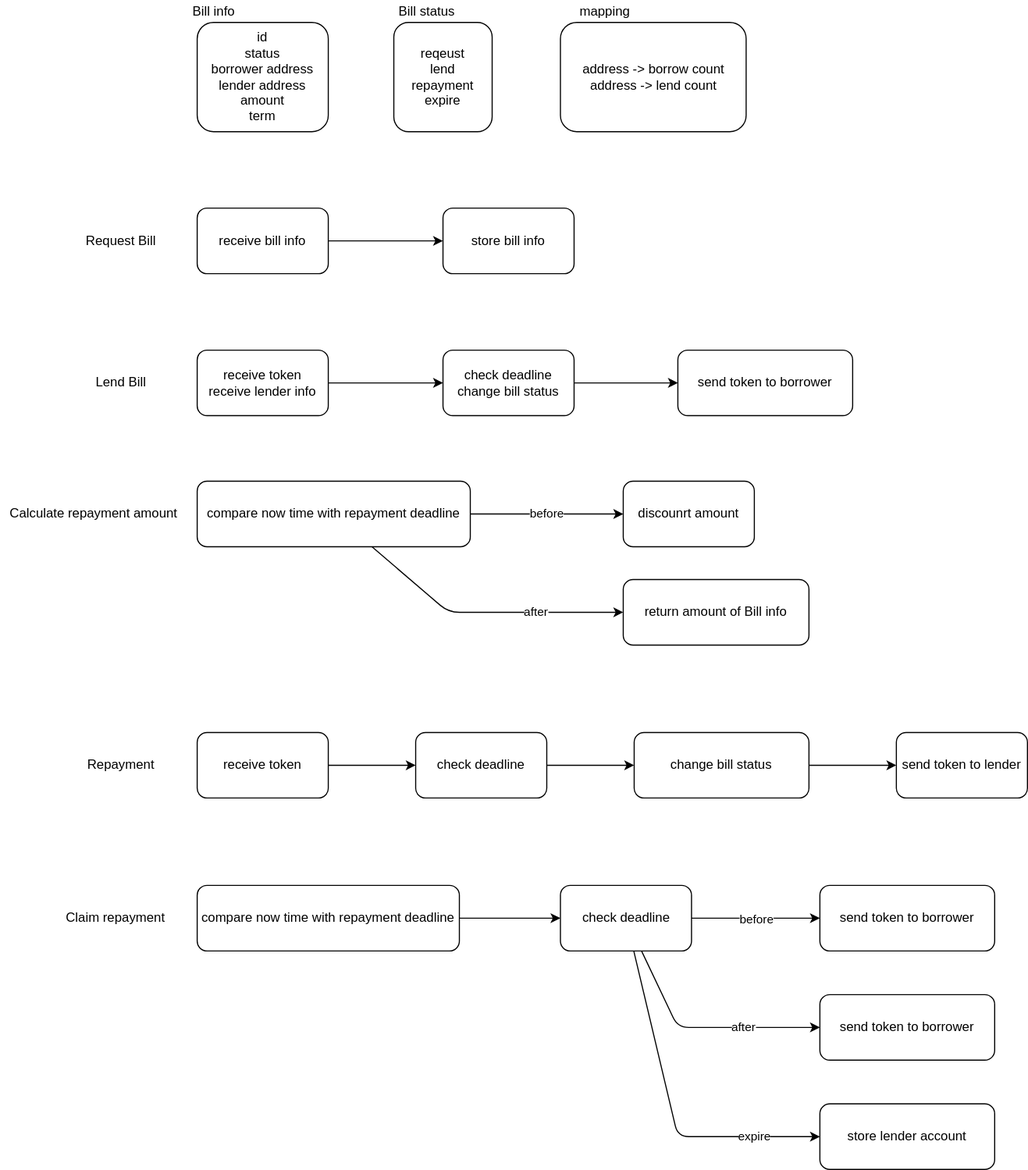
Earlier version of the draw.io export drawing/contract.drawio.svg (unchain-tech/AVAX-Subnet). Source tidied: cells renumbered, new cells last; positions are measured from the earlier drawing's top-left corner, leaving out a move shared by most shapes.
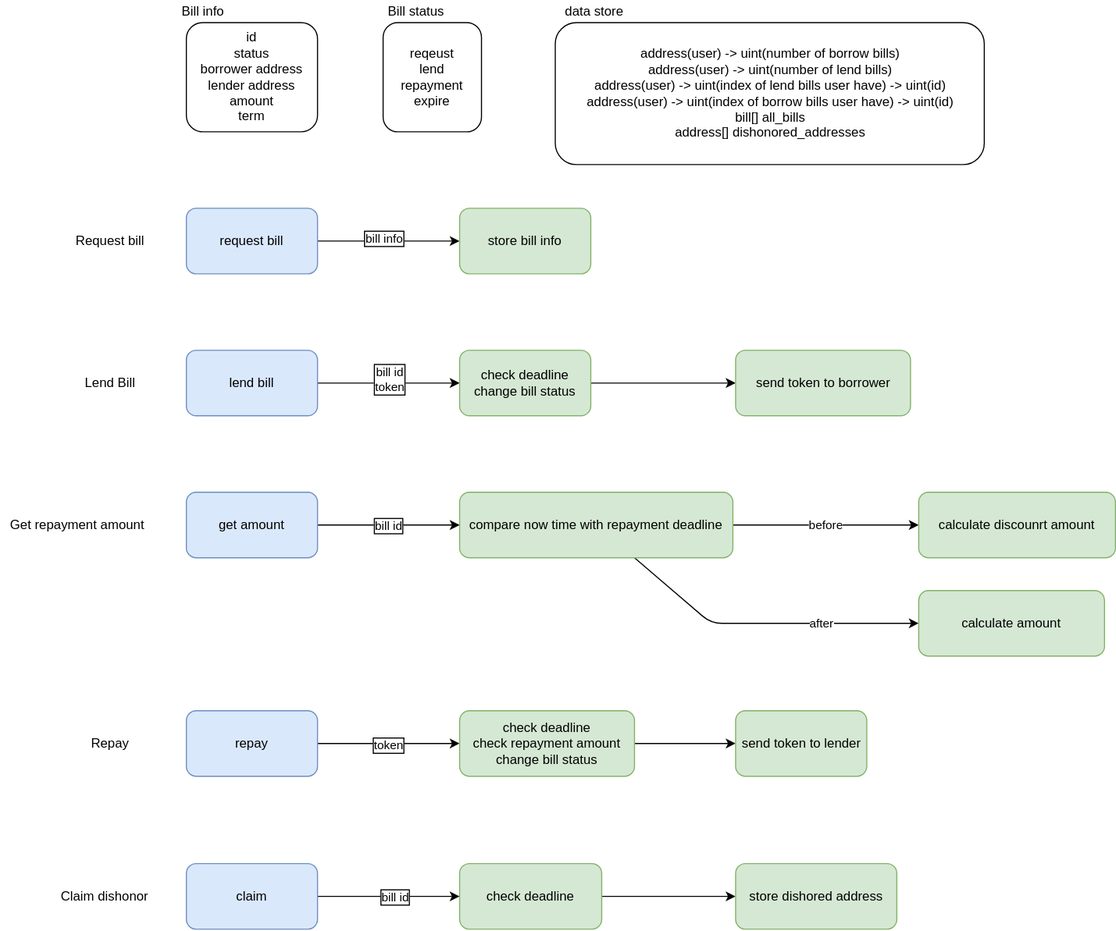
Later version of the same file.

What changed in the source:
```diff
@@ -5,14 +5,17 @@
     <mxCell id="2" style="edgeStyle=none;html=1;entryX=0;entryY=0.5;entryDx=0;entryDy=0;" parent="1" edge="1" source="3" target="5">
       <mxGeometry relative="1" as="geometry" />
     </mxCell>
+    <mxCell id="43" value="bill info" style="edgeLabel;html=1;align=center;verticalAlign=middle;labelBorderColor=default;fontSize=11;" parent="2" vertex="1">
+      <mxGeometry x="-0.09" y="3" relative="1" as="geometry" />
+    </mxCell>
-    <mxCell id="3" value="receive bill info" style="rounded=1;whiteSpace=wrap;html=1;" parent="1" vertex="1">
+    <mxCell id="3" value="request bill" style="rounded=1;whiteSpace=wrap;html=1;fillColor=#dae8fc;strokeColor=#6c8ebf;" parent="1" vertex="1">
       <mxGeometry x="180" y="190" width="120" height="60" as="geometry" />
     </mxCell>
-    <mxCell id="4" value="Request Bill" style="text;html=1;align=center;verticalAlign=middle;strokeColor=none;fillColor=none;" parent="1" vertex="1">
+    <mxCell id="4" value="Request bill" style="text;html=1;align=center;verticalAlign=middle;strokeColor=none;fillColor=none;" parent="1" vertex="1">
       <mxGeometry x="70" y="210" width="80" height="20" as="geometry" />
     </mxCell>
-    <mxCell id="5" value="store bill info" style="rounded=1;whiteSpace=wrap;html=1;" parent="1" vertex="1">
-      <mxGeometry x="405" y="190" width="120" height="60" as="geometry" />
+    <mxCell id="5" value="store bill info" style="rounded=1;whiteSpace=wrap;html=1;fillColor=#d5e8d4;strokeColor=#82b366;" parent="1" vertex="1">
+      <mxGeometry x="430" y="190" width="120" height="60" as="geometry" />
     </mxCell>
     <mxCell id="6" value="id&lt;br&gt;status&lt;br&gt;borrower address&lt;br&gt;lender address&lt;br&gt;amount&lt;br&gt;term" style="rounded=1;whiteSpace=wrap;html=1;" parent="1" vertex="1">
       <mxGeometry x="180" y="20" width="120" height="100" as="geometry" />
@@ -23,7 +26,10 @@
     <mxCell id="8" style="edgeStyle=none;html=1;entryX=0;entryY=0.5;entryDx=0;entryDy=0;" parent="1" edge="1" source="9" target="12">
       <mxGeometry relative="1" as="geometry" />
     </mxCell>
+    <mxCell id="44" value="bill id&lt;br&gt;token" style="edgeLabel;html=1;align=center;verticalAlign=middle;fontSize=11;labelBorderColor=default;" parent="8" vertex="1">
+      <mxGeometry x="0.02" y="4" relative="1" as="geometry" />
+    </mxCell>
-    <mxCell id="9" value="receive token&lt;br&gt;receive lender info" style="rounded=1;whiteSpace=wrap;html=1;" parent="1" vertex="1">
+    <mxCell id="9" value="lend bill" style="rounded=1;whiteSpace=wrap;html=1;fillColor=#dae8fc;strokeColor=#6c8ebf;" parent="1" vertex="1">
       <mxGeometry x="180" y="320" width="120" height="60" as="geometry" />
     </mxCell>
     <mxCell id="10" value="Lend Bill" style="text;html=1;align=center;verticalAlign=middle;strokeColor=none;fillColor=none;" parent="1" vertex="1">
@@ -32,100 +38,69 @@
     <mxCell id="11" style="edgeStyle=none;html=1;" parent="1" edge="1" source="12" target="13">
       <mxGeometry relative="1" as="geometry" />
     </mxCell>
-    <mxCell id="12" value="check deadline&lt;br&gt;change bill status" style="rounded=1;whiteSpace=wrap;html=1;" parent="1" vertex="1">
-      <mxGeometry x="405" y="320" width="120" height="60" as="geometry" />
+    <mxCell id="12" value="check deadline&lt;br&gt;change bill status" style="rounded=1;whiteSpace=wrap;html=1;fillColor=#d5e8d4;strokeColor=#82b366;" parent="1" vertex="1">
+      <mxGeometry x="430" y="320" width="120" height="60" as="geometry" />
     </mxCell>
-    <mxCell id="13" value="send token to borrower" style="rounded=1;whiteSpace=wrap;html=1;" parent="1" vertex="1">
-      <mxGeometry x="620" y="320" width="160" height="60" as="geometry" />
+    <mxCell id="13" value="send token to borrower" style="rounded=1;whiteSpace=wrap;html=1;fillColor=#d5e8d4;strokeColor=#82b366;" parent="1" vertex="1">
+      <mxGeometry x="682.5" y="320" width="160" height="60" as="geometry" />
     </mxCell>
-    <mxCell id="14" value="address -&amp;gt; borrow count&lt;br&gt;address -&amp;gt; lend count" style="rounded=1;whiteSpace=wrap;html=1;" parent="1" vertex="1">
-      <mxGeometry x="512.5" y="20" width="170" height="100" as="geometry" />
+    <mxCell id="14" value="address(user) -&amp;gt; uint(number of borrow bills)&lt;br&gt;address(user) -&amp;gt; uint(number of lend bills)&lt;br&gt;address(user) -&amp;gt; uint(index of lend bills user have) -&amp;gt; uint(id)&lt;br&gt;address(user) -&amp;gt; uint(index of borrow bills user have) -&amp;gt; uint(id)&lt;br&gt;bill[] all_bills&lt;br&gt;address[] dishonored_addresses" style="rounded=1;whiteSpace=wrap;html=1;" parent="1" vertex="1">
+      <mxGeometry x="517.5" y="20" width="392.5" height="130" as="geometry" />
     </mxCell>
-    <mxCell id="15" value="&lt;span&gt;mapping&lt;/span&gt;" style="text;html=1;align=center;verticalAlign=middle;strokeColor=none;fillColor=none;" parent="1" vertex="1">
-      <mxGeometry x="522.5" width="60" height="20" as="geometry" />
+    <mxCell id="15" value="data store" style="text;html=1;align=center;verticalAlign=middle;strokeColor=none;fillColor=none;" parent="1" vertex="1">
+      <mxGeometry x="517.5" width="70" height="20" as="geometry" />
     </mxCell>
     <mxCell id="16" style="edgeStyle=none;html=1;entryX=0;entryY=0.5;entryDx=0;entryDy=0;" parent="1" edge="1" source="17" target="20">
       <mxGeometry relative="1" as="geometry" />
     </mxCell>
+    <mxCell id="45" value="token" style="edgeLabel;html=1;align=center;verticalAlign=middle;fontSize=11;labelBorderColor=default;" parent="16" vertex="1">
+      <mxGeometry x="-0.01" y="-1" relative="1" as="geometry" />
+    </mxCell>
-    <mxCell id="17" value="receive token" style="rounded=1;whiteSpace=wrap;html=1;" parent="1" vertex="1">
-      <mxGeometry x="180" y="670" width="120" height="60" as="geometry" />
+    <mxCell id="17" value="repay" style="rounded=1;whiteSpace=wrap;html=1;fillColor=#dae8fc;strokeColor=#6c8ebf;" parent="1" vertex="1">
+      <mxGeometry x="180" y="650" width="120" height="60" as="geometry" />
     </mxCell>
-    <mxCell id="18" value="Repayment" style="text;html=1;align=center;verticalAlign=middle;strokeColor=none;fillColor=none;" parent="1" vertex="1">
-      <mxGeometry x="70" y="690" width="80" height="20" as="geometry" />
+    <mxCell id="18" value="Repay" style="text;html=1;align=center;verticalAlign=middle;strokeColor=none;fillColor=none;" parent="1" vertex="1">
+      <mxGeometry x="85" y="670" width="50" height="20" as="geometry" />
     </mxCell>
-    <mxCell id="19" style="edgeStyle=none;html=1;" parent="1" edge="1" source="20" target="22">
+    <mxCell id="19" style="edgeStyle=none;html=1;" parent="1" edge="1" source="20" target="38">
       <mxGeometry relative="1" as="geometry" />
     </mxCell>
-    <mxCell id="20" value="check deadline" style="rounded=1;whiteSpace=wrap;html=1;" parent="1" vertex="1">
-      <mxGeometry x="380" y="670" width="120" height="60" as="geometry" />
+    <mxCell id="20" value="check deadline&lt;br&gt;check repayment amount&lt;br&gt;change bill status" style="rounded=1;whiteSpace=wrap;html=1;fillColor=#d5e8d4;strokeColor=#82b366;" parent="1" vertex="1">
+      <mxGeometry x="430" y="650" width="160" height="60" as="geometry" />
     </mxCell>
-    <mxCell id="21" style="edgeStyle=none;html=1;entryX=0;entryY=0.5;entryDx=0;entryDy=0;" parent="1" edge="1" source="22" target="38">
-      <mxGeometry relative="1" as="geometry" />
-    </mxCell>
-    <mxCell id="22" value="change bill status" style="rounded=1;whiteSpace=wrap;html=1;" parent="1" vertex="1">
-      <mxGeometry x="580" y="670" width="160" height="60" as="geometry" />
-    </mxCell>
     <mxCell id="23" value="before" style="edgeStyle=none;html=1;entryX=0;entryY=0.5;entryDx=0;entryDy=0;" parent="1" edge="1" source="25" target="27">
       <mxGeometry relative="1" as="geometry" />
     </mxCell>
     <mxCell id="24" value="after" style="edgeStyle=none;html=1;entryX=0;entryY=0.5;entryDx=0;entryDy=0;" parent="1" edge="1" source="25" target="28">
       <mxGeometry x="0.37" relative="1" as="geometry">
         <Array as="points">
-          <mxPoint x="410" y="560" />
+          <mxPoint x="660" y="570" />
         </Array>
       </mxGeometry>
     </mxCell>
-    <mxCell id="25" value="compare now time with repayment deadline" style="rounded=1;whiteSpace=wrap;html=1;" parent="1" vertex="1">
-      <mxGeometry x="180" y="440" width="250" height="60" as="geometry" />
+    <mxCell id="25" value="compare now time with repayment deadline" style="rounded=1;whiteSpace=wrap;html=1;fillColor=#d5e8d4;strokeColor=#82b366;" parent="1" vertex="1">
+      <mxGeometry x="430" y="450" width="250" height="60" as="geometry" />
     </mxCell>
-    <mxCell id="26" value="Calculate repayment amount&amp;nbsp;" style="text;html=1;align=center;verticalAlign=middle;strokeColor=none;fillColor=none;" parent="1" vertex="1">
-      <mxGeometry y="460" width="170" height="20" as="geometry" />
+    <mxCell id="26" value="Get repayment amount&amp;nbsp;" style="text;html=1;align=center;verticalAlign=middle;strokeColor=none;fillColor=none;" parent="1" vertex="1">
+      <mxGeometry x="10" y="470" width="140" height="20" as="geometry" />
     </mxCell>
-    <mxCell id="27" value="discounrt amount" style="rounded=1;whiteSpace=wrap;html=1;" parent="1" vertex="1">
-      <mxGeometry x="570" y="440" width="120" height="60" as="geometry" />
+    <mxCell id="27" value="calculate discounrt amount" style="rounded=1;whiteSpace=wrap;html=1;fillColor=#d5e8d4;strokeColor=#82b366;" parent="1" vertex="1">
+      <mxGeometry x="850" y="450" width="180" height="60" as="geometry" />
     </mxCell>
-    <mxCell id="28" value="return amount of Bill info" style="rounded=1;whiteSpace=wrap;html=1;" parent="1" vertex="1">
-      <mxGeometry x="570" y="530" width="170" height="60" as="geometry" />
+    <mxCell id="28" value="calculate amount" style="rounded=1;whiteSpace=wrap;html=1;fillColor=#d5e8d4;strokeColor=#82b366;" parent="1" vertex="1">
+      <mxGeometry x="850" y="540" width="170" height="60" as="geometry" />
     </mxCell>
-    <mxCell id="29" style="edgeStyle=none;html=1;entryX=0;entryY=0.5;entryDx=0;entryDy=0;" parent="1" edge="1" source="30" target="36">
+    <mxCell id="29" style="edgeStyle=none;html=1;" parent="1" edge="1" source="30" target="52">
       <mxGeometry relative="1" as="geometry" />
     </mxCell>
-    <mxCell id="30" value="&lt;span&gt;compare now time with repayment deadline&lt;/span&gt;" style="rounded=1;whiteSpace=wrap;html=1;" parent="1" vertex="1">
-      <mxGeometry x="180" y="810" width="240" height="60" as="geometry" />
+    <mxCell id="30" value="&lt;span&gt;check deadline&lt;/span&gt;" style="rounded=1;whiteSpace=wrap;html=1;fillColor=#d5e8d4;strokeColor=#82b366;" parent="1" vertex="1">
+      <mxGeometry x="430" y="790" width="130" height="60" as="geometry" />
     </mxCell>
-    <mxCell id="31" value="Claim repayment" style="text;html=1;align=center;verticalAlign=middle;strokeColor=none;fillColor=none;" parent="1" vertex="1">
-      <mxGeometry x="50" y="830" width="110" height="20" as="geometry" />
+    <mxCell id="31" value="Claim&amp;nbsp;dishonor" style="text;html=1;align=center;verticalAlign=middle;strokeColor=none;fillColor=none;" parent="1" vertex="1">
+      <mxGeometry x="55" y="810" width="100" height="20" as="geometry" />
     </mxCell>
-    <mxCell id="32" style="edgeStyle=none;html=1;" parent="1" edge="1" source="36" target="37">
-      <mxGeometry relative="1" as="geometry" />
-    </mxCell>
-    <mxCell id="33" value="before" style="edgeLabel;html=1;align=center;verticalAlign=middle;" parent="32" vertex="1">
-      <mxGeometry x="-0.2" y="-1" relative="1" as="geometry">
-        <mxPoint x="12" y="-1" as="offset" />
-      </mxGeometry>
-    </mxCell>
-    <mxCell id="34" value="after" style="edgeStyle=none;html=1;entryX=0;entryY=0.5;entryDx=0;entryDy=0;" parent="1" edge="1" source="36" target="41">
-      <mxGeometry x="0.33" relative="1" as="geometry">
-        <Array as="points">
-          <mxPoint x="620" y="940" />
-        </Array>
-      </mxGeometry>
-    </mxCell>
-    <mxCell id="35" value="expire" style="edgeStyle=none;html=1;entryX=0;entryY=0.5;entryDx=0;entryDy=0;" parent="1" edge="1" source="36" target="42">
-      <mxGeometry x="0.61" relative="1" as="geometry">
-        <Array as="points">
-          <mxPoint x="620" y="1040" />
-        </Array>
-      </mxGeometry>
-    </mxCell>
-    <mxCell id="36" value="check deadline" style="rounded=1;whiteSpace=wrap;html=1;" parent="1" vertex="1">
-      <mxGeometry x="512.5" y="810" width="120" height="60" as="geometry" />
-    </mxCell>
-    <mxCell id="37" value="send token to borrower" style="rounded=1;whiteSpace=wrap;html=1;" parent="1" vertex="1">
-      <mxGeometry x="750" y="810" width="160" height="60" as="geometry" />
-    </mxCell>
-    <mxCell id="38" value="send token to lender" style="rounded=1;whiteSpace=wrap;html=1;" parent="1" vertex="1">
-      <mxGeometry x="820" y="670" width="120" height="60" as="geometry" />
+    <mxCell id="38" value="send token to lender" style="rounded=1;whiteSpace=wrap;html=1;fillColor=#d5e8d4;strokeColor=#82b366;" parent="1" vertex="1">
+      <mxGeometry x="682.5" y="650" width="120" height="60" as="geometry" />
     </mxCell>
     <mxCell id="39" value="reqeust&lt;br&gt;lend&lt;br&gt;repayment&lt;br&gt;expire" style="rounded=1;whiteSpace=wrap;html=1;" parent="1" vertex="1">
       <mxGeometry x="360" y="20" width="90" height="100" as="geometry" />
@@ -133,11 +108,28 @@
     <mxCell id="40" value="Bill status" style="text;html=1;align=center;verticalAlign=middle;strokeColor=none;fillColor=none;" parent="1" vertex="1">
       <mxGeometry x="355" width="70" height="20" as="geometry" />
     </mxCell>
-    <mxCell id="41" value="send token to borrower" style="rounded=1;whiteSpace=wrap;html=1;" parent="1" vertex="1">
-      <mxGeometry x="750" y="910" width="160" height="60" as="geometry" />
-    </mxCell>
-    <mxCell id="42" value="store lender account" style="rounded=1;whiteSpace=wrap;html=1;" parent="1" vertex="1">
-      <mxGeometry x="750" y="1010" width="160" height="60" as="geometry" />
-    </mxCell>
+    <mxCell id="46" style="edgeStyle=none;html=1;fontSize=11;" parent="1" edge="1" source="48" target="25">
+      <mxGeometry relative="1" as="geometry" />
+    </mxCell>
+    <mxCell id="47" value="bill id" style="edgeLabel;html=1;align=center;verticalAlign=middle;fontSize=11;labelBorderColor=default;" parent="46" vertex="1">
+      <mxGeometry x="-0.03" relative="1" as="geometry" />
+    </mxCell>
+    <mxCell id="48" value="get amount" style="rounded=1;whiteSpace=wrap;html=1;fillColor=#dae8fc;strokeColor=#6c8ebf;" parent="1" vertex="1">
+      <mxGeometry x="180" y="450" width="120" height="60" as="geometry" />
+    </mxCell>
+    <mxCell id="49" style="edgeStyle=none;html=1;fontSize=11;" parent="1" edge="1" source="51" target="30">
+      <mxGeometry relative="1" as="geometry" />
+    </mxCell>
+    <mxCell id="50" value="bill id" style="edgeLabel;html=1;align=center;verticalAlign=middle;fontSize=11;labelBorderColor=default;" parent="49" vertex="1">
+      <mxGeometry x="-0.11" relative="1" as="geometry">
+        <mxPoint x="12" as="offset" />
+      </mxGeometry>
+    </mxCell>
+    <mxCell id="51" value="claim" style="rounded=1;whiteSpace=wrap;html=1;fillColor=#dae8fc;strokeColor=#6c8ebf;" parent="1" vertex="1">
+      <mxGeometry x="180" y="790" width="120" height="60" as="geometry" />
+    </mxCell>
+    <mxCell id="52" value="store dishored address" style="rounded=1;whiteSpace=wrap;html=1;fillColor=#d5e8d4;strokeColor=#82b366;" parent="1" vertex="1">
+      <mxGeometry x="682.5" y="790" width="147.5" height="60" as="geometry" />
+    </mxCell>
   </root>
 </mxGraphModel>
```
